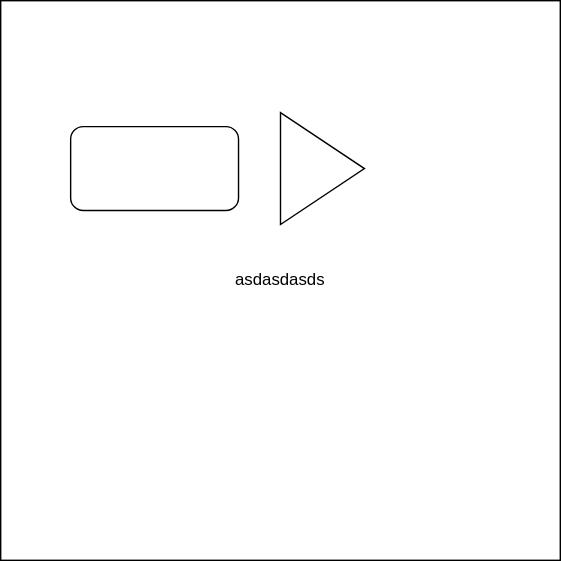
FEDuang/pictureLib keeps this draw.io diagram as 未命名绘图.drawio.svg. Above is the earlier version. Source tidied: cells renumbered, new cells last; positions are measured from the earlier drawing's top-left corner, leaving out a move shared by most shapes.
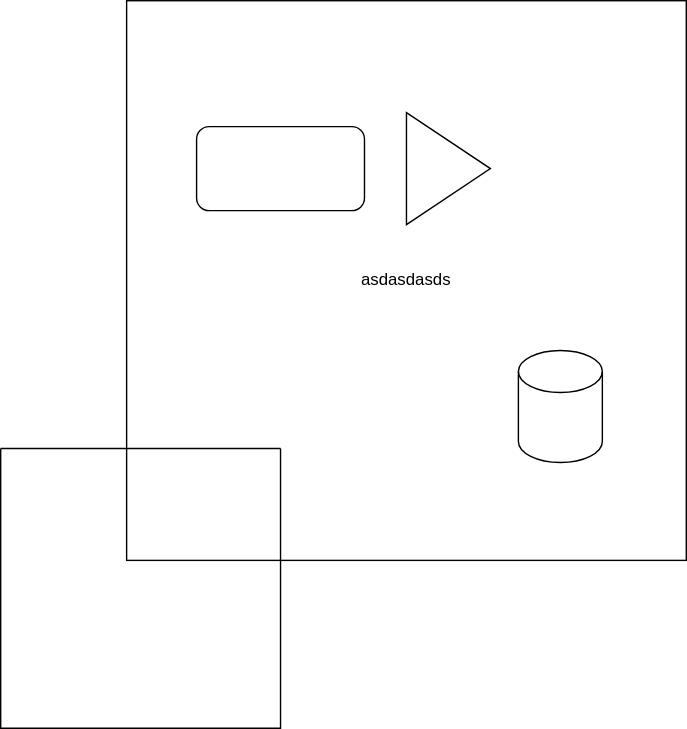
The same diagram one commit later.

Commit message:
更新未命名绘图.drawio.svg

The edit, as a diff of the source:
```diff
@@ -11,5 +11,11 @@
     <mxCell id="4" style="triangle;whiteSpace=wrap;html=1;" parent="1" vertex="1">
       <mxGeometry x="200" y="80" width="60" height="80" as="geometry" />
     </mxCell>
+    <mxCell id="5" style="swimlane;startSize=0;" parent="1" vertex="1">
+      <mxGeometry x="-90" y="320" width="200" height="200" as="geometry" />
+    </mxCell>
+    <mxCell id="6" style="shape=cylinder3;whiteSpace=wrap;html=1;boundedLbl=1;backgroundOutline=1;size=15;" parent="1" vertex="1">
+      <mxGeometry x="280" y="250" width="60" height="80" as="geometry" />
+    </mxCell>
   </root>
 </mxGraphModel>
```
